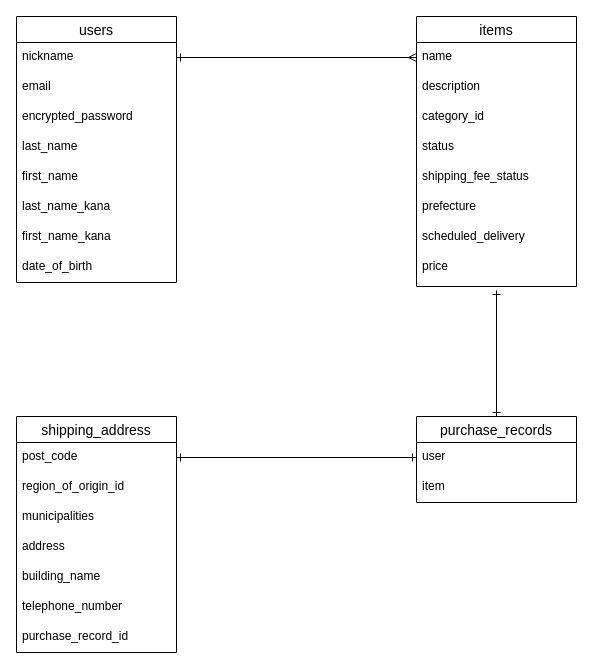
The draw.io diagram ER.dio in maaatsu/furima-39302, before the edit. Source tidied: cells renumbered, new cells numbered last; positions are measured from the earlier drawing's top-left corner, leaving out a move shared by most shapes. Both pictures are drawn from the tidied source at 100%, with x=0, y=0 at pixel (16, 16).
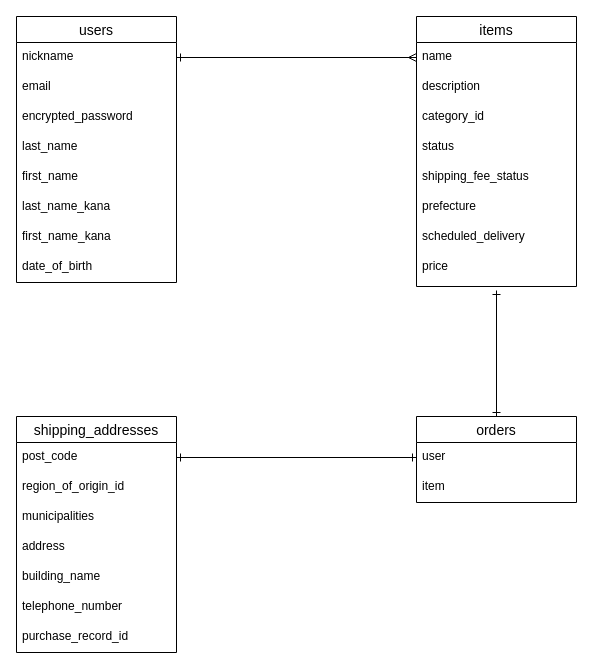
After the change.

Commit message (it also covers changes not shown here):
データ設計変更

Diff of the diagram source:
```diff
@@
-    <mxCell id="20" value="shipping_address" style="swimlane;fontStyle=0;horizontal=1;startSize=26;align=center;fontSize=14;" parent="1" vertex="1">
+    <mxCell id="20" value="shipping_addresses" style="swimlane;fontStyle=0;horizontal=1;startSize=26;align=center;fontSize=14;" parent="1" vertex="1">
       <mxGeometry y="400" width="160" height="236" as="geometry" />
     </mxCell>
@@
-    <mxCell id="29" value="purchase_records" style="swimlane;fontStyle=0;horizontal=1;startSize=26;align=center;fontSize=14;" parent="1" vertex="1">
+    <mxCell id="29" value="orders" style="swimlane;fontStyle=0;horizontal=1;startSize=26;align=center;fontSize=14;" parent="1" vertex="1">
       <mxGeometry x="400" y="400" width="160" height="86" as="geometry" />
     </mxCell>
```
